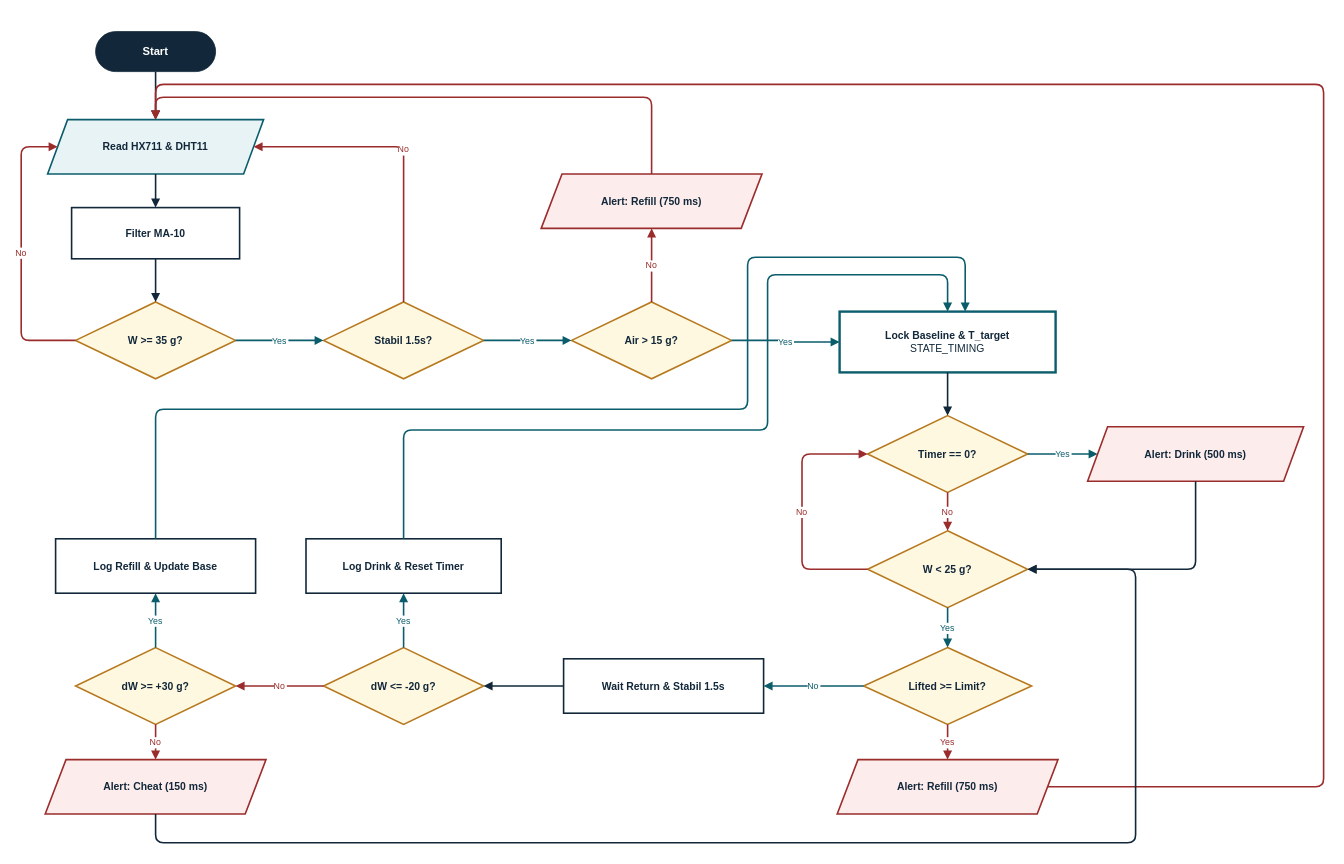
Before: docs/diagrams/flowchart_fsm_coaster.drawio in WindraNatan/Coaster, a draw.io diagram. Source tidied: cells renumbered, new cells numbered last; positions are measured from the earlier drawing's top-left corner, leaving out a move shared by most shapes. Both pictures are drawn from the tidied source at 80%, with x=0, y=0 at pixel (21, 31).
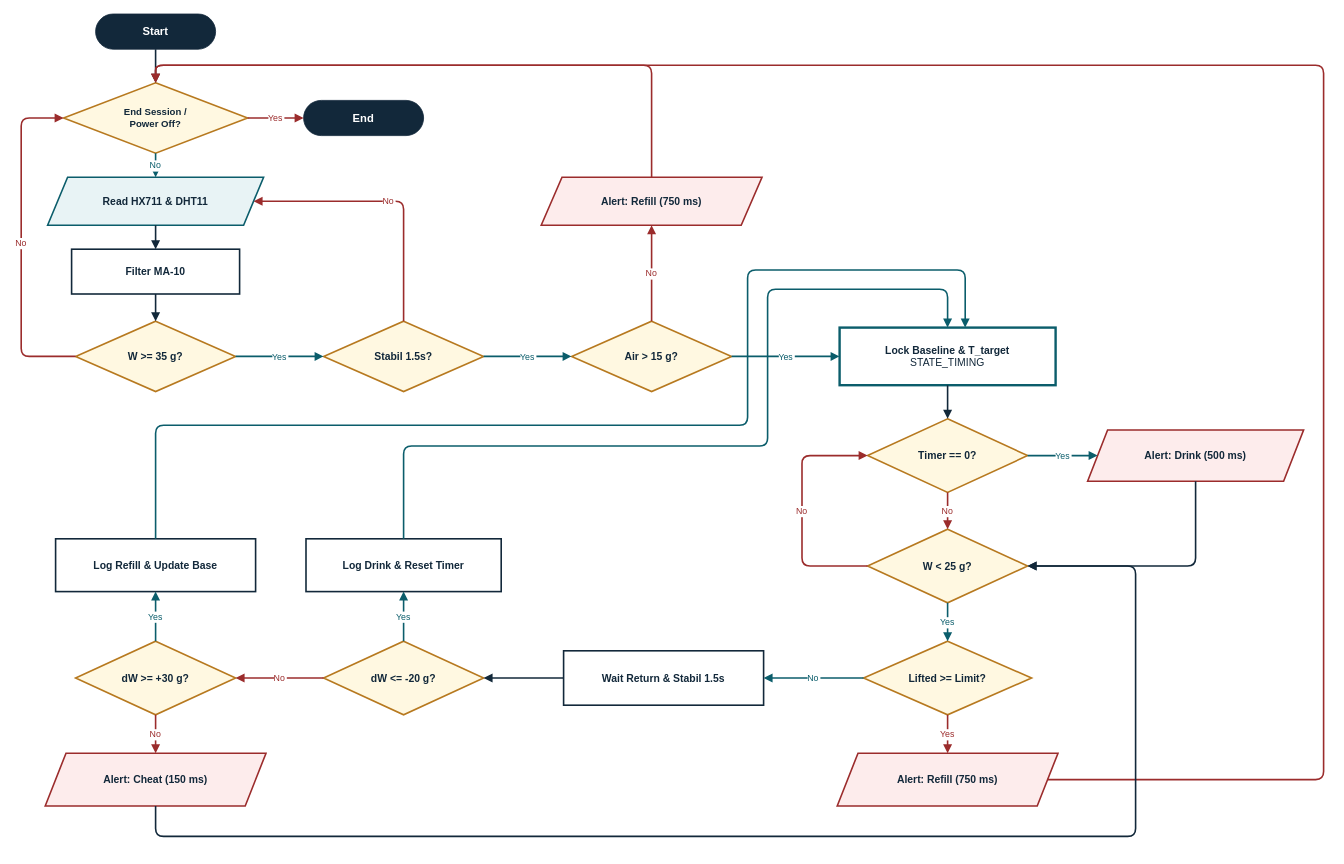
The same diagram, later.

What changed in the source:
```diff
@@
     <mxCell id="2" value="&lt;b&gt;Start&lt;/b&gt;" style="rounded=1;whiteSpace=wrap;html=1;arcSize=50;fillColor=#12283A;strokeColor=#12283A;fontColor=#FFFFFF;fontSize=14;" parent="1" vertex="1">
-      <mxGeometry x="93" width="150" height="50" as="geometry" />
+      <mxGeometry x="93" y="-22" width="150" height="44" as="geometry" />
     </mxCell>
+    <mxCell id="48" value="&lt;b&gt;End Session /&lt;br&gt;Power Off?&lt;/b&gt;" style="rhombus;whiteSpace=wrap;html=1;fillColor=#FFF8E1;strokeColor=#B7791F;strokeWidth=2;fontColor=#12283A;fontSize=12;" parent="1" vertex="1">
+      <mxGeometry x="53" y="64" width="230" height="88" as="geometry" />
+    </mxCell>
+    <mxCell id="49" value="&lt;b&gt;End&lt;/b&gt;" style="rounded=1;whiteSpace=wrap;html=1;arcSize=50;fillColor=#12283A;strokeColor=#12283A;fontColor=#FFFFFF;fontSize=14;" parent="1" vertex="1">
+      <mxGeometry x="353" y="86" width="150" height="44" as="geometry" />
+    </mxCell>
     <mxCell id="3" value="&lt;b&gt;Read HX711 &amp;amp; DHT11&lt;/b&gt;" style="shape=parallelogram;perimeter=parallelogramPerimeter;whiteSpace=wrap;html=1;fixedSize=1;size=25;fillColor=#E8F3F5;strokeColor=#0B5D6B;strokeWidth=2;fontColor=#12283A;fontSize=13;" parent="1" vertex="1">
-      <mxGeometry x="33" y="110" width="270" height="68" as="geometry" />
+      <mxGeometry x="33" y="182" width="270" height="60" as="geometry" />
     </mxCell>
     <mxCell id="4" value="&lt;b&gt;Filter MA-10&lt;/b&gt;" style="rounded=0;whiteSpace=wrap;html=1;fillColor=#FFFFFF;strokeColor=#12283A;strokeWidth=2;fontColor=#12283A;fontSize=13;" parent="1" vertex="1">
-      <mxGeometry x="63" y="220" width="210" height="64" as="geometry" />
+      <mxGeometry x="63" y="272" width="210" height="56" as="geometry" />
     </mxCell>
     <mxCell id="5" value="&lt;b&gt;W &amp;gt;= 35 g?&lt;/b&gt;" style="rhombus;whiteSpace=wrap;html=1;fillColor=#FFF8E1;strokeColor=#B7791F;strokeWidth=2;fontColor=#12283A;fontSize=13;" parent="1" vertex="1">
-      <mxGeometry x="68" y="338" width="200" height="96" as="geometry" />
+      <mxGeometry x="68" y="362" width="200" height="88" as="geometry" />
     </mxCell>
     <mxCell id="6" value="&lt;b&gt;Stabil 1.5s?&lt;/b&gt;" style="rhombus;whiteSpace=wrap;html=1;fillColor=#FFF8E1;strokeColor=#B7791F;strokeWidth=2;fontColor=#12283A;fontSize=13;" parent="1" vertex="1">
-      <mxGeometry x="378" y="338" width="200" height="96" as="geometry" />
+      <mxGeometry x="378" y="362" width="200" height="88" as="geometry" />
     </mxCell>
     <mxCell id="7" value="&lt;b&gt;Air &amp;gt; 15 g?&lt;/b&gt;" style="rhombus;whiteSpace=wrap;html=1;fillColor=#FFF8E1;strokeColor=#B7791F;strokeWidth=2;fontColor=#12283A;fontSize=13;" parent="1" vertex="1">
-      <mxGeometry x="688" y="338" width="200" height="96" as="geometry" />
+      <mxGeometry x="688" y="362" width="200" height="88" as="geometry" />
     </mxCell>
     <mxCell id="8" value="&lt;b&gt;Alert: Refill (750 ms)&lt;/b&gt;" style="shape=parallelogram;perimeter=parallelogramPerimeter;whiteSpace=wrap;html=1;fixedSize=1;size=26;fillColor=#FDECEC;strokeColor=#9B2C2C;strokeWidth=2;fontColor=#12283A;fontSize=13;" parent="1" vertex="1">
-      <mxGeometry x="650" y="178" width="276" height="68" as="geometry" />
+      <mxGeometry x="650" y="182" width="276" height="60" as="geometry" />
     </mxCell>
     <mxCell id="9" value="&lt;b&gt;Lock Baseline &amp;amp; T_target&lt;/b&gt;&lt;br&gt;STATE_TIMING" style="rounded=0;whiteSpace=wrap;html=1;fillColor=#FFFFFF;strokeColor=#0B5D6B;strokeWidth=3;fontColor=#12283A;fontSize=13;" parent="1" vertex="1">
-      <mxGeometry x="1023" y="350" width="270" height="76" as="geometry" />
+      <mxGeometry x="1023" y="370" width="270" height="72" as="geometry" />
     </mxCell>
     <mxCell id="10" value="&lt;b&gt;Timer == 0?&lt;/b&gt;" style="rhombus;whiteSpace=wrap;html=1;fillColor=#FFF8E1;strokeColor=#B7791F;strokeWidth=2;fontColor=#12283A;fontSize=13;" parent="1" vertex="1">
-      <mxGeometry x="1058" y="480" width="200" height="96" as="geometry" />
+      <mxGeometry x="1058" y="484" width="200" height="92" as="geometry" />
     </mxCell>
     <mxCell id="11" value="&lt;b&gt;Alert: Drink (500 ms)&lt;/b&gt;" style="shape=parallelogram;perimeter=parallelogramPerimeter;whiteSpace=wrap;html=1;fixedSize=1;size=25;fillColor=#FDECEC;strokeColor=#9B2C2C;strokeWidth=2;fontColor=#12283A;fontSize=13;" parent="1" vertex="1">
-      <mxGeometry x="1333" y="494" width="270" height="68" as="geometry" />
+      <mxGeometry x="1333" y="498" width="270" height="64" as="geometry" />
     </mxCell>
     <mxCell id="12" value="&lt;b&gt;W &amp;lt; 25 g?&lt;/b&gt;" style="rhombus;whiteSpace=wrap;html=1;fillColor=#FFF8E1;strokeColor=#B7791F;strokeWidth=2;fontColor=#12283A;fontSize=13;" parent="1" vertex="1">
-      <mxGeometry x="1058" y="624" width="200" height="96" as="geometry" />
+      <mxGeometry x="1058" y="622" width="200" height="92" as="geometry" />
     </mxCell>
     <mxCell id="13" value="&lt;b&gt;Lifted &amp;gt;= Limit?&lt;/b&gt;" style="rhombus;whiteSpace=wrap;html=1;fillColor=#FFF8E1;strokeColor=#B7791F;strokeWidth=2;fontColor=#12283A;fontSize=13;" parent="1" vertex="1">
-      <mxGeometry x="1053" y="770" width="210" height="96" as="geometry" />
+      <mxGeometry x="1053" y="762" width="210" height="92" as="geometry" />
     </mxCell>
     <mxCell id="14" value="&lt;b&gt;Alert: Refill (750 ms)&lt;/b&gt;" style="shape=parallelogram;perimeter=parallelogramPerimeter;whiteSpace=wrap;html=1;fixedSize=1;size=26;fillColor=#FDECEC;strokeColor=#9B2C2C;strokeWidth=2;fontColor=#12283A;fontSize=13;" parent="1" vertex="1">
-      <mxGeometry x="1020" y="910" width="276" height="68" as="geometry" />
+      <mxGeometry x="1020" y="902" width="276" height="66" as="geometry" />
     </mxCell>
     <mxCell id="15" value="&lt;b&gt;Wait Return &amp;amp; Stabil 1.5s&lt;/b&gt;" style="rounded=0;whiteSpace=wrap;html=1;fillColor=#FFFFFF;strokeColor=#12283A;strokeWidth=2;fontColor=#12283A;fontSize=13;" parent="1" vertex="1">
-      <mxGeometry x="678" y="784" width="250" height="68" as="geometry" />
+      <mxGeometry x="678" y="774" width="250" height="68" as="geometry" />
     </mxCell>
     <mxCell id="16" value="&lt;b&gt;dW &amp;lt;= -20 g?&lt;/b&gt;" style="rhombus;whiteSpace=wrap;html=1;fillColor=#FFF8E1;strokeColor=#B7791F;strokeWidth=2;fontColor=#12283A;fontSize=13;" parent="1" vertex="1">
-      <mxGeometry x="378" y="770" width="200" height="96" as="geometry" />
+      <mxGeometry x="378" y="762" width="200" height="92" as="geometry" />
     </mxCell>
     <mxCell id="17" value="&lt;b&gt;Log Drink &amp;amp; Reset Timer&lt;/b&gt;" style="rounded=0;whiteSpace=wrap;html=1;fillColor=#FFFFFF;strokeColor=#12283A;strokeWidth=2;fontColor=#12283A;fontSize=13;" parent="1" vertex="1">
-      <mxGeometry x="356" y="634" width="244" height="68" as="geometry" />
+      <mxGeometry x="356" y="634" width="244" height="66" as="geometry" />
     </mxCell>
     <mxCell id="18" value="&lt;b&gt;dW &amp;gt;= +30 g?&lt;/b&gt;" style="rhombus;whiteSpace=wrap;html=1;fillColor=#FFF8E1;strokeColor=#B7791F;strokeWidth=2;fontColor=#12283A;fontSize=13;" parent="1" vertex="1">
-      <mxGeometry x="68" y="770" width="200" height="96" as="geometry" />
+      <mxGeometry x="68" y="762" width="200" height="92" as="geometry" />
     </mxCell>
     <mxCell id="19" value="&lt;b&gt;Log Refill &amp;amp; Update Base&lt;/b&gt;" style="rounded=0;whiteSpace=wrap;html=1;fillColor=#FFFFFF;strokeColor=#12283A;strokeWidth=2;fontColor=#12283A;fontSize=13;" parent="1" vertex="1">
-      <mxGeometry x="43" y="634" width="250" height="68" as="geometry" />
+      <mxGeometry x="43" y="634" width="250" height="66" as="geometry" />
     </mxCell>
     <mxCell id="20" value="&lt;b&gt;Alert: Cheat (150 ms)&lt;/b&gt;" style="shape=parallelogram;perimeter=parallelogramPerimeter;whiteSpace=wrap;html=1;fixedSize=1;size=26;fillColor=#FDECEC;strokeColor=#9B2C2C;strokeWidth=2;fontColor=#12283A;fontSize=13;" parent="1" vertex="1">
-      <mxGeometry x="30" y="910" width="276" height="68" as="geometry" />
+      <mxGeometry x="30" y="902" width="276" height="66" as="geometry" />
     </mxCell>
-    <mxCell id="21" style="edgeStyle=orthogonalEdgeStyle;endArrow=block;endFill=1;strokeColor=#12283A;strokeWidth=2;" parent="1" edge="1" source="2" target="3">
+    <mxCell id="21" style="edgeStyle=orthogonalEdgeStyle;endArrow=block;endFill=1;strokeColor=#12283A;strokeWidth=2;" parent="1" edge="1" source="2" target="48">
       <mxGeometry relative="1" as="geometry" />
     </mxCell>
+    <mxCell id="50" value="Yes" style="edgeStyle=orthogonalEdgeStyle;endArrow=block;endFill=1;strokeColor=#9B2C2C;strokeWidth=2;fontColor=#9B2C2C;" parent="1" edge="1" source="48" target="49">
+      <mxGeometry relative="1" as="geometry" />
+    </mxCell>
+    <mxCell id="51" value="No" style="edgeStyle=orthogonalEdgeStyle;endArrow=block;endFill=1;strokeColor=#0B5D6B;strokeWidth=2;fontColor=#0B5D6B;" parent="1" edge="1" source="48" target="3">
+      <mxGeometry relative="1" as="geometry" />
+    </mxCell>
@@
-    <mxCell id="24" value="No" style="edgeStyle=orthogonalEdgeStyle;endArrow=block;endFill=1;strokeColor=#9B2C2C;strokeWidth=2;fontColor=#9B2C2C;" parent="1" edge="1" source="5" target="3">
+    <mxCell id="24" value="No" style="edgeStyle=orthogonalEdgeStyle;endArrow=block;endFill=1;strokeColor=#9B2C2C;strokeWidth=2;fontColor=#9B2C2C;" parent="1" edge="1" source="5" target="48">
       <mxGeometry relative="1" as="geometry">
         <Array as="points">
-          <mxPoint y="386" />
-          <mxPoint y="144" />
+          <mxPoint y="406" />
+          <mxPoint y="108" />
         </Array>
       </mxGeometry>
     </mxCell>
@@
     <mxCell id="26" value="No" style="edgeStyle=orthogonalEdgeStyle;endArrow=block;endFill=1;strokeColor=#9B2C2C;strokeWidth=2;fontColor=#9B2C2C;" parent="1" edge="1" source="6" target="3">
       <mxGeometry relative="1" as="geometry">
         <Array as="points">
-          <mxPoint x="478" y="144" />
+          <mxPoint x="478" y="212" />
         </Array>
       </mxGeometry>
     </mxCell>
@@
-    <mxCell id="29" style="edgeStyle=orthogonalEdgeStyle;endArrow=block;endFill=1;strokeColor=#9B2C2C;strokeWidth=2;" parent="1" edge="1" source="8" target="3">
+    <mxCell id="29" style="edgeStyle=orthogonalEdgeStyle;endArrow=block;endFill=1;strokeColor=#9B2C2C;strokeWidth=2;" parent="1" edge="1" source="8" target="48">
       <mxGeometry relative="1" as="geometry">
         <Array as="points">
-          <mxPoint x="788" y="82" />
-          <mxPoint x="168" y="82" />
+          <mxPoint x="788" y="42" />
+          <mxPoint x="168" y="42" />
         </Array>
       </mxGeometry>
     </mxCell>
@@
     <mxCell id="33" style="edgeStyle=orthogonalEdgeStyle;endArrow=block;endFill=1;strokeColor=#12283A;strokeWidth=2;" parent="1" edge="1" source="11" target="12">
       <mxGeometry relative="1" as="geometry">
         <Array as="points">
-          <mxPoint x="1468" y="672" />
+          <mxPoint x="1468" y="668" />
         </Array>
       </mxGeometry>
     </mxCell>
@@
     <mxCell id="35" value="No" style="edgeStyle=orthogonalEdgeStyle;endArrow=block;endFill=1;strokeColor=#9B2C2C;strokeWidth=2;fontColor=#9B2C2C;" parent="1" edge="1" source="12" target="10">
       <mxGeometry relative="1" as="geometry">
         <Array as="points">
-          <mxPoint x="976" y="672" />
-          <mxPoint x="976" y="528" />
+          <mxPoint x="976" y="668" />
+          <mxPoint x="976" y="530" />
         </Array>
       </mxGeometry>
     </mxCell>
@@
-    <mxCell id="38" style="edgeStyle=orthogonalEdgeStyle;endArrow=block;endFill=1;strokeColor=#9B2C2C;strokeWidth=2;" parent="1" edge="1" source="14" target="3">
+    <mxCell id="38" style="edgeStyle=orthogonalEdgeStyle;endArrow=block;endFill=1;strokeColor=#9B2C2C;strokeWidth=2;" parent="1" edge="1" source="14" target="48">
       <mxGeometry relative="1" as="geometry">
         <Array as="points">
-          <mxPoint x="1628" y="944" />
-          <mxPoint x="1628" y="66" />
-          <mxPoint x="168" y="66" />
+          <mxPoint x="1628" y="935" />
+          <mxPoint x="1628" y="42" />
+          <mxPoint x="168" y="42" />
         </Array>
       </mxGeometry>
     </mxCell>
@@
     <mxCell id="42" style="edgeStyle=orthogonalEdgeStyle;endArrow=block;endFill=1;strokeColor=#0B5D6B;strokeWidth=2;" parent="1" edge="1" source="17" target="9">
       <mxGeometry relative="1" as="geometry">
         <Array as="points">
-          <mxPoint x="478" y="498" />
-          <mxPoint x="933" y="498" />
-          <mxPoint x="933" y="304" />
-          <mxPoint x="1158" y="304" />
+          <mxPoint x="478" y="518" />
+          <mxPoint x="933" y="518" />
+          <mxPoint x="933" y="322" />
+          <mxPoint x="1158" y="322" />
         </Array>
       </mxGeometry>
     </mxCell>
@@
     <mxCell id="45" style="edgeStyle=orthogonalEdgeStyle;endArrow=block;endFill=1;strokeColor=#0B5D6B;strokeWidth=2;" parent="1" edge="1" source="19" target="9">
       <mxGeometry relative="1" as="geometry">
         <Array as="points">
-          <mxPoint x="168" y="472" />
-          <mxPoint x="908" y="472" />
-          <mxPoint x="908" y="282" />
-          <mxPoint x="1180" y="282" />
+          <mxPoint x="168" y="492" />
+          <mxPoint x="908" y="492" />
+          <mxPoint x="908" y="298" />
+          <mxPoint x="1180" y="298" />
         </Array>
       </mxGeometry>
     </mxCell>
@@
     <mxCell id="47" style="edgeStyle=orthogonalEdgeStyle;endArrow=block;endFill=1;strokeColor=#12283A;strokeWidth=2;" parent="1" edge="1" source="20" target="12">
       <mxGeometry relative="1" as="geometry">
         <Array as="points">
-          <mxPoint x="168" y="1014" />
-          <mxPoint x="1393" y="1014" />
-          <mxPoint x="1393" y="672" />
+          <mxPoint x="168" y="1006" />
+          <mxPoint x="1393" y="1006" />
+          <mxPoint x="1393" y="668" />
         </Array>
       </mxGeometry>
     </mxCell>
```
